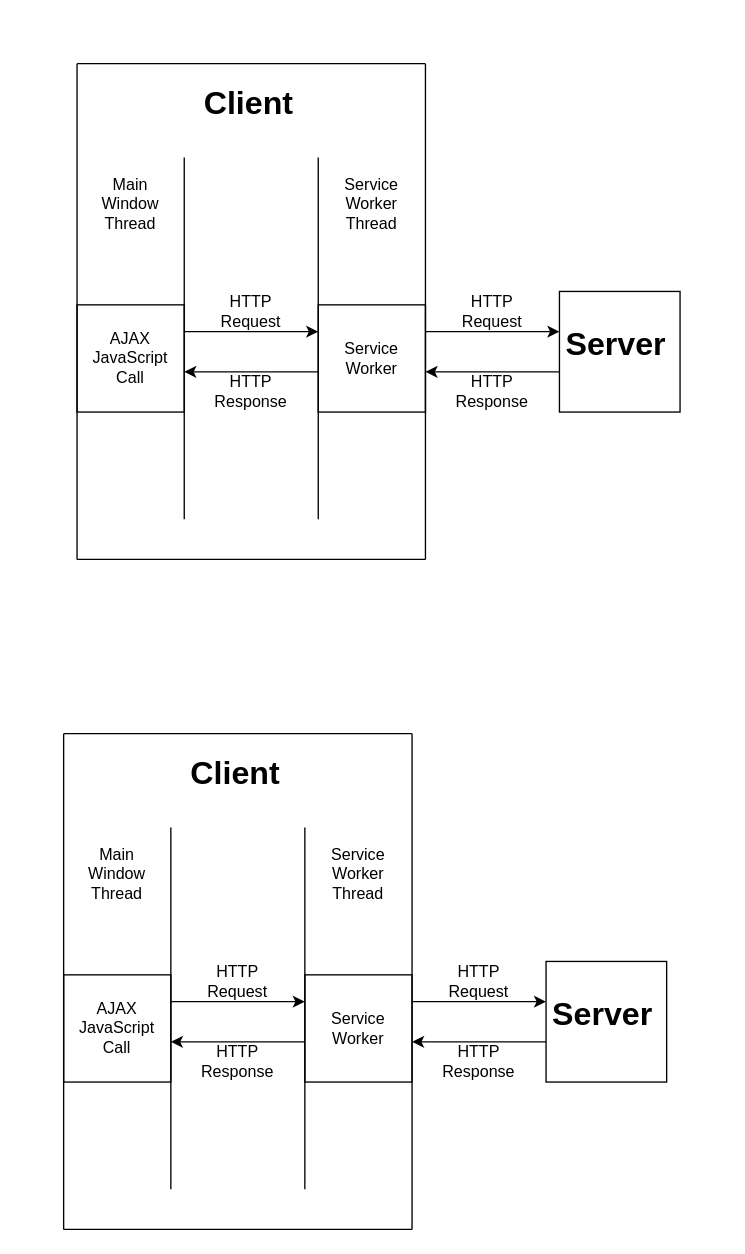
Above: Untitled Diagram.drawio in jahan19011noor/trial (draw.io), before the change. Source tidied: cells renumbered, new cells numbered last; positions are measured from the earlier drawing's top-left corner, leaving out a move shared by most shapes. Both pictures are drawn from the tidied source at 134%, with x=0, y=0 at pixel (63, 63).
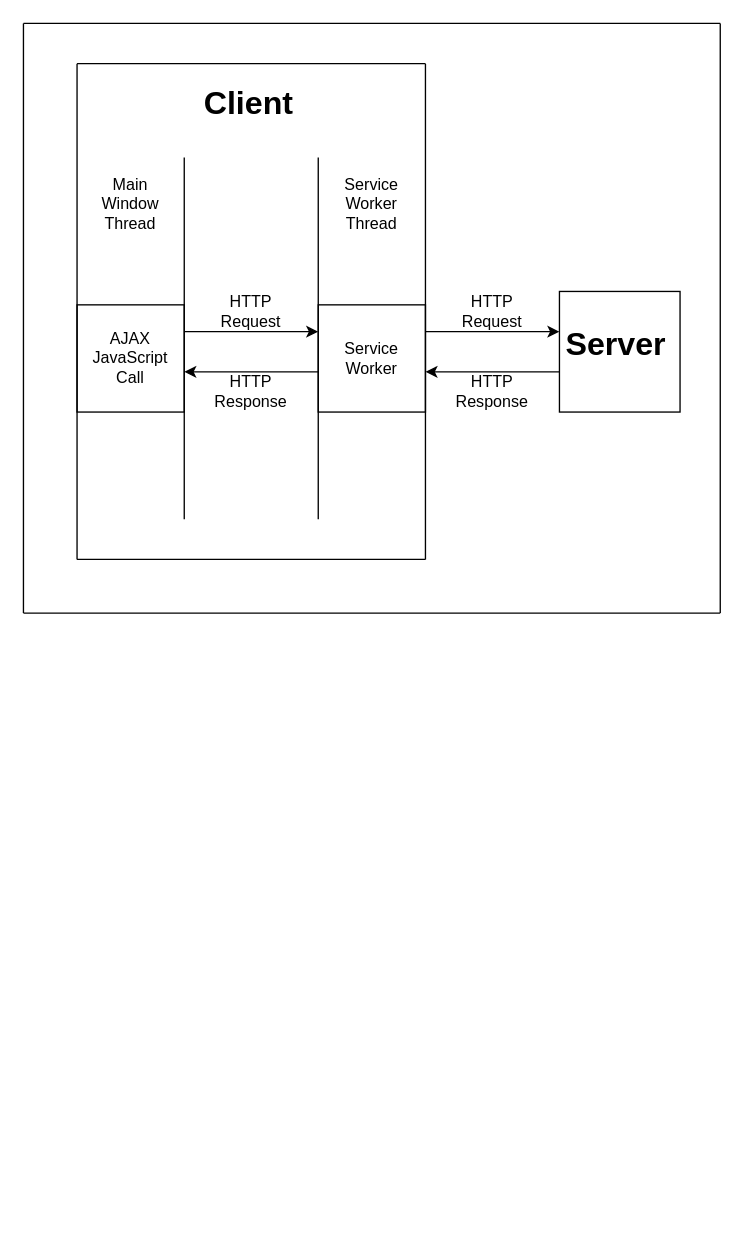
The same page after the edit.

The edit, as a diff of the source:
```diff
@@
-    <mxCell id="28" style="group;" parent="1" vertex="1">
-      <mxGeometry y="500" width="450" height="370" as="geometry" />
-    </mxCell>
-    <mxCell id="29" style="group;" parent="28" vertex="1">
-      <mxGeometry x="80" y="170" width="100" height="30" as="geometry" />
-    </mxCell>
-    <mxCell id="30" style="endArrow=classic;html=1;rounded=0;" parent="29" edge="1">
-      <mxGeometry relative="1" as="geometry">
-        <mxPoint y="30" as="sourcePoint" />
-        <mxPoint x="100" y="30" as="targetPoint" />
-      </mxGeometry>
-    </mxCell>
-    <mxCell id="31" value="HTTP Request" style="text;html=1;strokeColor=none;fillColor=none;align=center;verticalAlign=middle;whiteSpace=wrap;rounded=0;" parent="29" vertex="1">
-      <mxGeometry x="20" width="60" height="30" as="geometry" />
-    </mxCell>
-    <mxCell id="32" style="group;" parent="28" vertex="1">
-      <mxGeometry x="260" y="170" width="100" height="30" as="geometry" />
-    </mxCell>
-    <mxCell id="33" style="endArrow=classic;html=1;rounded=0;" parent="32" edge="1">
-      <mxGeometry relative="1" as="geometry">
-        <mxPoint y="30" as="sourcePoint" />
-        <mxPoint x="100" y="30" as="targetPoint" />
-      </mxGeometry>
-    </mxCell>
-    <mxCell id="34" value="HTTP Request" style="text;html=1;strokeColor=none;fillColor=none;align=center;verticalAlign=middle;whiteSpace=wrap;rounded=0;" parent="32" vertex="1">
-      <mxGeometry x="20" width="60" height="30" as="geometry" />
-    </mxCell>
-    <mxCell id="35" style="group;" parent="28" vertex="1">
-      <mxGeometry x="260" y="230" width="100" height="30" as="geometry" />
-    </mxCell>
-    <mxCell id="36" style="endArrow=classic;html=1;rounded=0;" parent="35" edge="1">
-      <mxGeometry relative="1" as="geometry">
-        <mxPoint x="100" as="sourcePoint" />
-        <mxPoint as="targetPoint" />
-      </mxGeometry>
-    </mxCell>
-    <mxCell id="37" value="HTTP Response" style="text;html=1;strokeColor=none;fillColor=none;align=center;verticalAlign=middle;whiteSpace=wrap;rounded=0;" parent="35" vertex="1">
-      <mxGeometry x="20" width="60" height="30" as="geometry" />
-    </mxCell>
-    <mxCell id="38" style="whiteSpace=wrap;html=1;" parent="28" vertex="1">
-      <mxGeometry x="360" y="170" width="90" height="90" as="geometry" />
-    </mxCell>
-    <mxCell id="39" value="Service Worker" style="whiteSpace=wrap;html=1;" parent="28" vertex="1">
-      <mxGeometry x="180" y="180" width="80" height="80" as="geometry" />
-    </mxCell>
-    <mxCell id="40" style="endArrow=none;html=1;rounded=0;" parent="28" edge="1">
-      <mxGeometry relative="1" as="geometry">
-        <mxPoint x="180" y="340" as="sourcePoint" />
-        <mxPoint x="180" y="70" as="targetPoint" />
-      </mxGeometry>
-    </mxCell>
-    <mxCell id="41" style="endArrow=none;html=1;rounded=0;" parent="28" edge="1">
-      <mxGeometry relative="1" as="geometry">
-        <mxPoint x="260" y="370" as="sourcePoint" />
-        <mxPoint x="260" as="targetPoint" />
-      </mxGeometry>
-    </mxCell>
-    <mxCell id="42" value="Service Worker Thread" style="text;html=1;strokeColor=none;fillColor=none;align=center;verticalAlign=middle;whiteSpace=wrap;rounded=0;" parent="28" vertex="1">
-      <mxGeometry x="190" y="90" width="60" height="30" as="geometry" />
-    </mxCell>
-    <mxCell id="43" style="group;" parent="28" vertex="1">
-      <mxGeometry x="80" y="230" width="100" height="30" as="geometry" />
-    </mxCell>
-    <mxCell id="44" style="endArrow=classic;html=1;rounded=0;" parent="43" edge="1">
-      <mxGeometry relative="1" as="geometry">
-        <mxPoint x="100" as="sourcePoint" />
-        <mxPoint as="targetPoint" />
-      </mxGeometry>
-    </mxCell>
-    <mxCell id="45" value="HTTP Response" style="text;html=1;strokeColor=none;fillColor=none;align=center;verticalAlign=middle;whiteSpace=wrap;rounded=0;" parent="43" vertex="1">
-      <mxGeometry x="20" width="60" height="30" as="geometry" />
-    </mxCell>
-    <mxCell id="46" value="AJAX JavaScript Call" style="whiteSpace=wrap;html=1;" parent="28" vertex="1">
-      <mxGeometry y="180" width="80" height="80" as="geometry" />
-    </mxCell>
-    <mxCell id="47" style="endArrow=none;html=1;rounded=0;" parent="28" edge="1">
-      <mxGeometry relative="1" as="geometry">
-        <mxPoint y="370" as="sourcePoint" />
-        <mxPoint as="targetPoint" />
-      </mxGeometry>
-    </mxCell>
-    <mxCell id="48" style="endArrow=none;html=1;rounded=0;" parent="28" edge="1">
-      <mxGeometry relative="1" as="geometry">
-        <mxPoint x="80" y="340" as="sourcePoint" />
-        <mxPoint x="80" y="70" as="targetPoint" />
-      </mxGeometry>
-    </mxCell>
-    <mxCell id="49" value="Main Window Thread" style="text;html=1;strokeColor=none;fillColor=none;align=center;verticalAlign=middle;whiteSpace=wrap;rounded=0;" parent="28" vertex="1">
-      <mxGeometry x="10" y="90" width="60" height="30" as="geometry" />
-    </mxCell>
-    <mxCell id="50" style="endArrow=none;html=1;rounded=0;" parent="28" edge="1">
-      <mxGeometry relative="1" as="geometry">
-        <mxPoint as="sourcePoint" />
-        <mxPoint x="260" as="targetPoint" />
-      </mxGeometry>
-    </mxCell>
-    <mxCell id="51" style="endArrow=none;html=1;rounded=0;" parent="28" edge="1">
-      <mxGeometry relative="1" as="geometry">
-        <mxPoint y="370" as="sourcePoint" />
-        <mxPoint x="260" y="370" as="targetPoint" />
-      </mxGeometry>
-    </mxCell>
-    <mxCell id="52" value="&lt;h1&gt;Client&lt;/h1&gt;" style="text;html=1;strokeColor=none;fillColor=none;spacing=5;spacingTop=-20;whiteSpace=wrap;overflow=hidden;rounded=0;" parent="28" vertex="1">
-      <mxGeometry x="90" y="10" width="80" height="40" as="geometry" />
-    </mxCell>
-    <mxCell id="53" value="&lt;h1&gt;Server&lt;/h1&gt;" style="text;html=1;strokeColor=none;fillColor=none;spacing=5;spacingTop=-20;whiteSpace=wrap;overflow=hidden;rounded=0;" parent="28" vertex="1">
-      <mxGeometry x="360" y="190" width="90" height="40" as="geometry" />
-    </mxCell>
+    <mxCell id="54" style="endArrow=none;html=1;rounded=0;" parent="1" edge="1">
+      <mxGeometry relative="1" as="geometry">
+        <mxPoint x="-30" y="410" as="sourcePoint" />
+        <mxPoint x="-30" y="-30" as="targetPoint" />
+      </mxGeometry>
+    </mxCell>
+    <mxCell id="55" style="endArrow=none;html=1;rounded=0;" parent="1" edge="1">
+      <mxGeometry relative="1" as="geometry">
+        <mxPoint x="-30" y="-30" as="sourcePoint" />
+        <mxPoint x="490" y="-30" as="targetPoint" />
+      </mxGeometry>
+    </mxCell>
+    <mxCell id="56" style="endArrow=none;html=1;rounded=0;" parent="1" edge="1">
+      <mxGeometry relative="1" as="geometry">
+        <mxPoint x="-30" y="410" as="sourcePoint" />
+        <mxPoint x="490" y="410" as="targetPoint" />
+      </mxGeometry>
+    </mxCell>
+    <mxCell id="57" style="endArrow=none;html=1;rounded=0;" parent="1" edge="1">
+      <mxGeometry relative="1" as="geometry">
+        <mxPoint x="490" y="410" as="sourcePoint" />
+        <mxPoint x="490" y="-30" as="targetPoint" />
+      </mxGeometry>
+    </mxCell>
```
